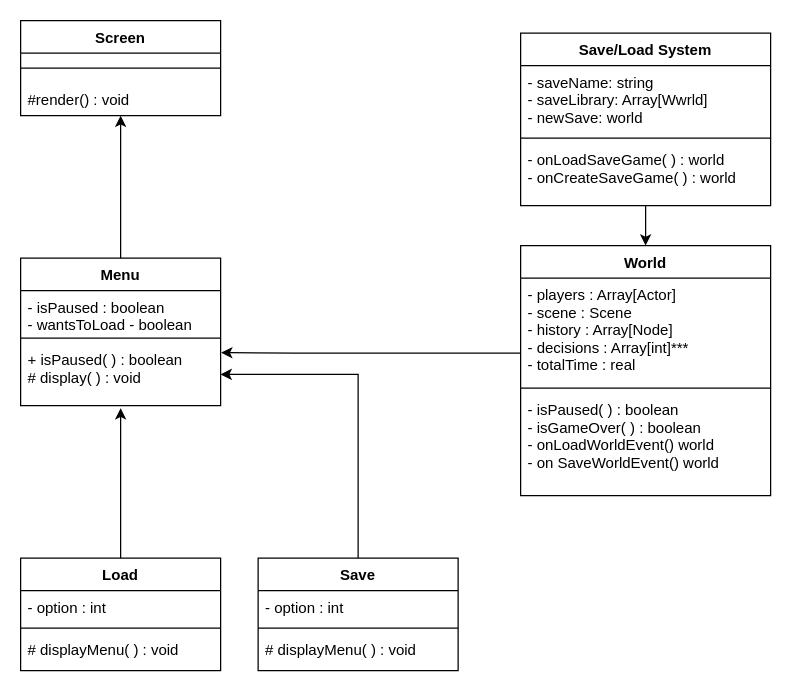
This is UML Diagrams/LoadAndSaveGame/ProjectIlmatar_SaveAndLoadGame_UML_2021.9.19.drawio from RPG-Research/bcirpg, a draw.io file, before an edit. Source tidied: cells renumbered, new cells numbered last; positions are measured from the earlier drawing's top-left corner, leaving out a move shared by most shapes. Both pictures are drawn from the tidied source at 125%, with x=0, y=0 at pixel (20, 20).
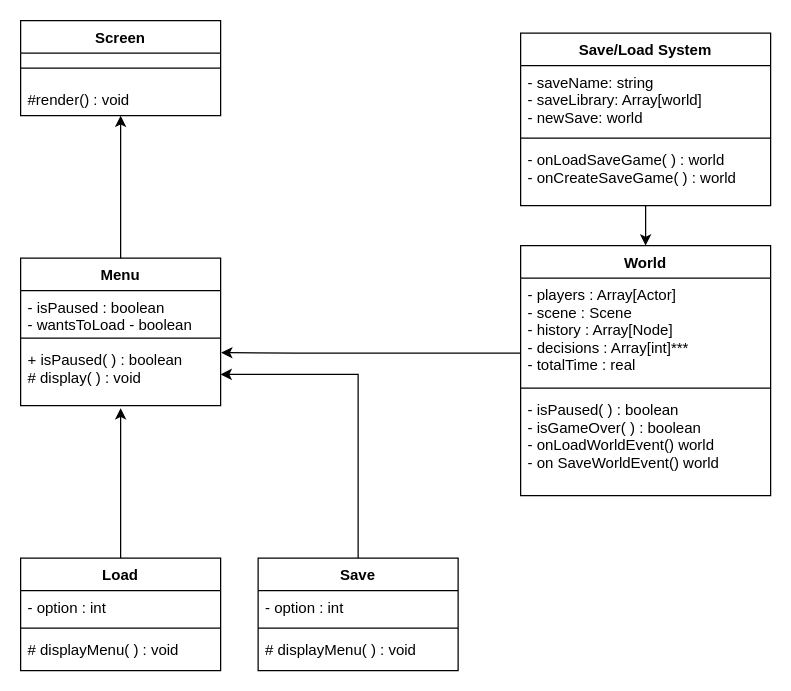
Above is the later version.

Unchanged cells that the change refers to:
```xml
<mxCell id="13" value="Save/Load System" style="swimlane;fontStyle=1;align=center;verticalAlign=top;horizontal=1;startSize=26;" parent="1" vertex="1">
  <mxGeometry x="400" y="10" width="200" height="138" as="geometry" />
</mxCell>
```

The edit, as a diff of the source:
```diff
@@
-    <mxCell id="14" value="- saveName: string&#10;- saveLibrary: Array[Wwrld]&#10;- newSave: world&#10;&#10;" style="text;strokeColor=none;fillColor=none;align=left;verticalAlign=top;spacingLeft=4;spacingRight=4;overflow=hidden;" parent="13" vertex="1">
+    <mxCell id="14" value="- saveName: string&#10;- saveLibrary: Array[world]&#10;- newSave: world&#10;&#10;" style="text;strokeColor=none;fillColor=none;align=left;verticalAlign=top;spacingLeft=4;spacingRight=4;overflow=hidden;" parent="13" vertex="1">
       <mxGeometry y="26" width="200" height="54" as="geometry" />
     </mxCell>
```
